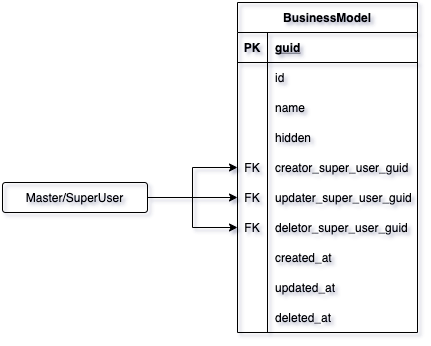
This is basedata/entities/images/ConfigBusinessModelTable.png from 4uRest/documentation, a draw.io export, as it was before one commit. Source tidied: cells renumbered, new cells last; positions are measured from the earlier drawing's top-left corner, leaving out a move shared by most shapes. Source of this version:
```xml
<mxGraphModel>
  <root>
    <mxCell id="0" />
    <mxCell id="1" parent="0" />
    <mxCell id="2" value="BusinessModel" style="shape=table;startSize=30;rowLines=0;fontStyle=1;align=center;fillColor=none;" parent="1" vertex="1">
      <mxGeometry x="235" width="180" height="330" as="geometry" />
    </mxCell>
    <mxCell id="3" style="shape=partialRectangle;fillColor=none;top=0;left=0;bottom=1;right=0;points=[[0,0.5],[1,0.5]];portConstraint=eastwest;" parent="2" vertex="1">
      <mxGeometry y="30" width="180" height="30" as="geometry" />
    </mxCell>
    <mxCell id="4" value="PK" style="shape=partialRectangle;fillColor=none;top=0;left=0;bottom=0;right=0;fontStyle=1;overflow=hidden;" parent="3" vertex="1">
      <mxGeometry width="30" height="30" as="geometry" />
    </mxCell>
    <mxCell id="5" value="guid" style="shape=partialRectangle;fillColor=none;top=0;left=0;bottom=0;right=0;align=left;spacingLeft=6;fontStyle=5;overflow=hidden;" parent="3" vertex="1">
      <mxGeometry x="30" width="150" height="30" as="geometry" />
    </mxCell>
    <mxCell id="6" style="shape=partialRectangle;fillColor=none;top=0;left=0;bottom=0;right=0;" parent="2" vertex="1">
      <mxGeometry y="60" width="180" height="30" as="geometry" />
    </mxCell>
    <mxCell id="7" style="shape=partialRectangle;fillColor=none;top=0;left=0;bottom=0;right=0;overflow=hidden;" parent="6" vertex="1">
      <mxGeometry width="30" height="30" as="geometry" />
    </mxCell>
    <mxCell id="8" value="id" style="shape=partialRectangle;fillColor=none;top=0;left=0;bottom=0;right=0;align=left;spacingLeft=6;overflow=hidden;" parent="6" vertex="1">
      <mxGeometry x="30" width="150" height="30" as="geometry" />
    </mxCell>
    <mxCell id="9" style="shape=partialRectangle;fillColor=none;top=0;left=0;bottom=0;right=0;" parent="2" vertex="1">
      <mxGeometry y="90" width="180" height="30" as="geometry" />
    </mxCell>
    <mxCell id="10" style="shape=partialRectangle;fillColor=none;top=0;left=0;bottom=0;right=0;overflow=hidden;" parent="9" vertex="1">
      <mxGeometry width="30" height="30" as="geometry" />
    </mxCell>
    <mxCell id="11" value="name" style="shape=partialRectangle;fillColor=none;top=0;left=0;bottom=0;right=0;align=left;spacingLeft=6;overflow=hidden;" parent="9" vertex="1">
      <mxGeometry x="30" width="150" height="30" as="geometry" />
    </mxCell>
    <mxCell id="12" style="shape=partialRectangle;fillColor=none;top=0;left=0;bottom=0;right=0;" parent="2" vertex="1">
      <mxGeometry y="120" width="180" height="30" as="geometry" />
    </mxCell>
    <mxCell id="13" style="shape=partialRectangle;fillColor=none;top=0;left=0;bottom=0;right=0;overflow=hidden;" parent="12" vertex="1">
      <mxGeometry width="30" height="30" as="geometry" />
    </mxCell>
    <mxCell id="14" value="hidden" style="shape=partialRectangle;fillColor=none;top=0;left=0;bottom=0;right=0;align=left;spacingLeft=6;overflow=hidden;" parent="12" vertex="1">
      <mxGeometry x="30" width="150" height="30" as="geometry" />
    </mxCell>
    <mxCell id="15" style="shape=partialRectangle;top=0;left=0;bottom=0;right=0;points=[[0,0.5],[1,0.5]];portConstraint=eastwest;fillColor=none;" parent="2" vertex="1">
      <mxGeometry y="150" width="180" height="30" as="geometry" />
    </mxCell>
    <mxCell id="16" value="FK" style="shape=partialRectangle;fillColor=none;top=0;left=0;bottom=0;right=0;overflow=hidden;" parent="15" vertex="1">
      <mxGeometry width="30" height="30" as="geometry" />
    </mxCell>
    <mxCell id="17" value="creator_super_user_guid" style="shape=partialRectangle;fillColor=none;top=0;left=0;bottom=0;right=0;align=left;spacingLeft=6;overflow=hidden;" parent="15" vertex="1">
      <mxGeometry x="30" width="150" height="30" as="geometry" />
    </mxCell>
    <mxCell id="18" style="shape=partialRectangle;top=0;left=0;bottom=0;right=0;points=[[0,0.5],[1,0.5]];portConstraint=eastwest;fillColor=none;" parent="2" vertex="1">
      <mxGeometry y="180" width="180" height="30" as="geometry" />
    </mxCell>
    <mxCell id="19" value="FK" style="shape=partialRectangle;fillColor=none;top=0;left=0;bottom=0;right=0;overflow=hidden;" parent="18" vertex="1">
      <mxGeometry width="30" height="30" as="geometry" />
    </mxCell>
    <mxCell id="20" value="updater_super_user_guid" style="shape=partialRectangle;fillColor=none;top=0;left=0;bottom=0;right=0;align=left;spacingLeft=6;overflow=hidden;" parent="18" vertex="1">
      <mxGeometry x="30" width="150" height="30" as="geometry" />
    </mxCell>
    <mxCell id="21" style="shape=partialRectangle;top=0;left=0;bottom=0;right=0;points=[[0,0.5],[1,0.5]];portConstraint=eastwest;fillColor=none;" parent="2" vertex="1">
      <mxGeometry y="210" width="180" height="30" as="geometry" />
    </mxCell>
    <mxCell id="22" value="FK" style="shape=partialRectangle;fillColor=none;top=0;left=0;bottom=0;right=0;overflow=hidden;" parent="21" vertex="1">
      <mxGeometry width="30" height="30" as="geometry" />
    </mxCell>
    <mxCell id="23" value="deletor_super_user_guid" style="shape=partialRectangle;fillColor=none;top=0;left=0;bottom=0;right=0;align=left;spacingLeft=6;overflow=hidden;" parent="21" vertex="1">
      <mxGeometry x="30" width="150" height="30" as="geometry" />
    </mxCell>
    <mxCell id="24" style="shape=partialRectangle;fillColor=none;top=0;left=0;bottom=0;right=0;" parent="2" vertex="1">
      <mxGeometry y="240" width="180" height="30" as="geometry" />
    </mxCell>
    <mxCell id="25" style="shape=partialRectangle;fillColor=none;top=0;left=0;bottom=0;right=0;overflow=hidden;" parent="24" vertex="1">
      <mxGeometry width="30" height="30" as="geometry" />
    </mxCell>
    <mxCell id="26" value="created_at" style="shape=partialRectangle;fillColor=none;top=0;left=0;bottom=0;right=0;align=left;spacingLeft=6;overflow=hidden;" parent="24" vertex="1">
      <mxGeometry x="30" width="150" height="30" as="geometry" />
    </mxCell>
    <mxCell id="27" style="shape=partialRectangle;fillColor=none;top=0;left=0;bottom=0;right=0;" parent="2" vertex="1">
      <mxGeometry y="270" width="180" height="30" as="geometry" />
    </mxCell>
    <mxCell id="28" style="shape=partialRectangle;fillColor=none;top=0;left=0;bottom=0;right=0;overflow=hidden;" parent="27" vertex="1">
      <mxGeometry width="30" height="30" as="geometry" />
    </mxCell>
    <mxCell id="29" value="updated_at" style="shape=partialRectangle;fillColor=none;top=0;left=0;bottom=0;right=0;align=left;spacingLeft=6;overflow=hidden;" parent="27" vertex="1">
      <mxGeometry x="30" width="150" height="30" as="geometry" />
    </mxCell>
    <mxCell id="30" style="shape=partialRectangle;fillColor=none;top=0;left=0;bottom=0;right=0;" parent="2" vertex="1">
      <mxGeometry y="300" width="180" height="30" as="geometry" />
    </mxCell>
    <mxCell id="31" style="shape=partialRectangle;fillColor=none;top=0;left=0;bottom=0;right=0;overflow=hidden;" parent="30" vertex="1">
      <mxGeometry width="30" height="30" as="geometry" />
    </mxCell>
    <mxCell id="32" value="deleted_at" style="shape=partialRectangle;fillColor=none;top=0;left=0;bottom=0;right=0;align=left;spacingLeft=6;overflow=hidden;" parent="30" vertex="1">
      <mxGeometry x="30" width="150" height="30" as="geometry" />
    </mxCell>
    <mxCell id="33" style="edgeStyle=orthogonalEdgeStyle;rounded=0;jettySize=auto;html=1;exitX=1;exitY=0.5;exitDx=0;exitDy=0;entryX=0;entryY=0.5;entryDx=0;entryDy=0;" parent="1" edge="1" source="36" target="15">
      <mxGeometry relative="1" as="geometry" />
    </mxCell>
    <mxCell id="34" style="edgeStyle=orthogonalEdgeStyle;rounded=0;jettySize=auto;html=1;exitX=1;exitY=0.5;exitDx=0;exitDy=0;entryX=0;entryY=0.5;entryDx=0;entryDy=0;" parent="1" edge="1" source="36" target="21">
      <mxGeometry relative="1" as="geometry" />
    </mxCell>
    <mxCell id="35" style="edgeStyle=orthogonalEdgeStyle;rounded=0;jettySize=auto;html=1;exitX=1;exitY=0.5;exitDx=0;exitDy=0;entryX=0;entryY=0.5;entryDx=0;entryDy=0;" parent="1" edge="1" source="36" target="18">
      <mxGeometry relative="1" as="geometry" />
    </mxCell>
    <mxCell id="36" value="Master/SuperUser" style="rounded=1;arcSize=10;whiteSpace=wrap;html=1;align=center;fillColor=none;" parent="1" vertex="1">
      <mxGeometry y="180" width="145" height="30" as="geometry" />
    </mxCell>
  </root>
</mxGraphModel>
```
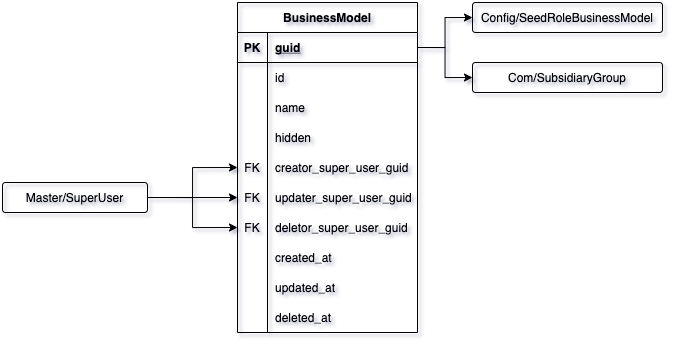
The same file after the commit.

The edit, as a diff of the source:
```diff
@@ -107,5 +107,17 @@
     <mxCell id="36" value="Master/SuperUser" style="rounded=1;arcSize=10;whiteSpace=wrap;html=1;align=center;fillColor=none;" parent="1" vertex="1">
       <mxGeometry y="180" width="145" height="30" as="geometry" />
     </mxCell>
+    <mxCell id="37" value="Com/SubsidiaryGroup" style="rounded=1;arcSize=10;whiteSpace=wrap;html=1;align=center;fillColor=none;" parent="1" vertex="1">
+      <mxGeometry x="470" y="60" width="190" height="30" as="geometry" />
+    </mxCell>
+    <mxCell id="38" value="Config/SeedRoleBusinessModel" style="rounded=1;arcSize=10;whiteSpace=wrap;html=1;align=center;fillColor=none;" parent="1" vertex="1">
+      <mxGeometry x="470" width="190" height="30" as="geometry" />
+    </mxCell>
+    <mxCell id="39" style="edgeStyle=orthogonalEdgeStyle;rounded=0;jettySize=auto;html=1;exitX=1;exitY=0.5;exitDx=0;exitDy=0;entryX=0;entryY=0.5;entryDx=0;entryDy=0;" parent="1" edge="1" source="3" target="38">
+      <mxGeometry relative="1" as="geometry" />
+    </mxCell>
+    <mxCell id="40" style="edgeStyle=orthogonalEdgeStyle;rounded=0;jettySize=auto;html=1;exitX=1;exitY=0.5;exitDx=0;exitDy=0;entryX=0;entryY=0.5;entryDx=0;entryDy=0;" parent="1" edge="1" source="3" target="37">
+      <mxGeometry relative="1" as="geometry" />
+    </mxCell>
   </root>
 </mxGraphModel>
```
